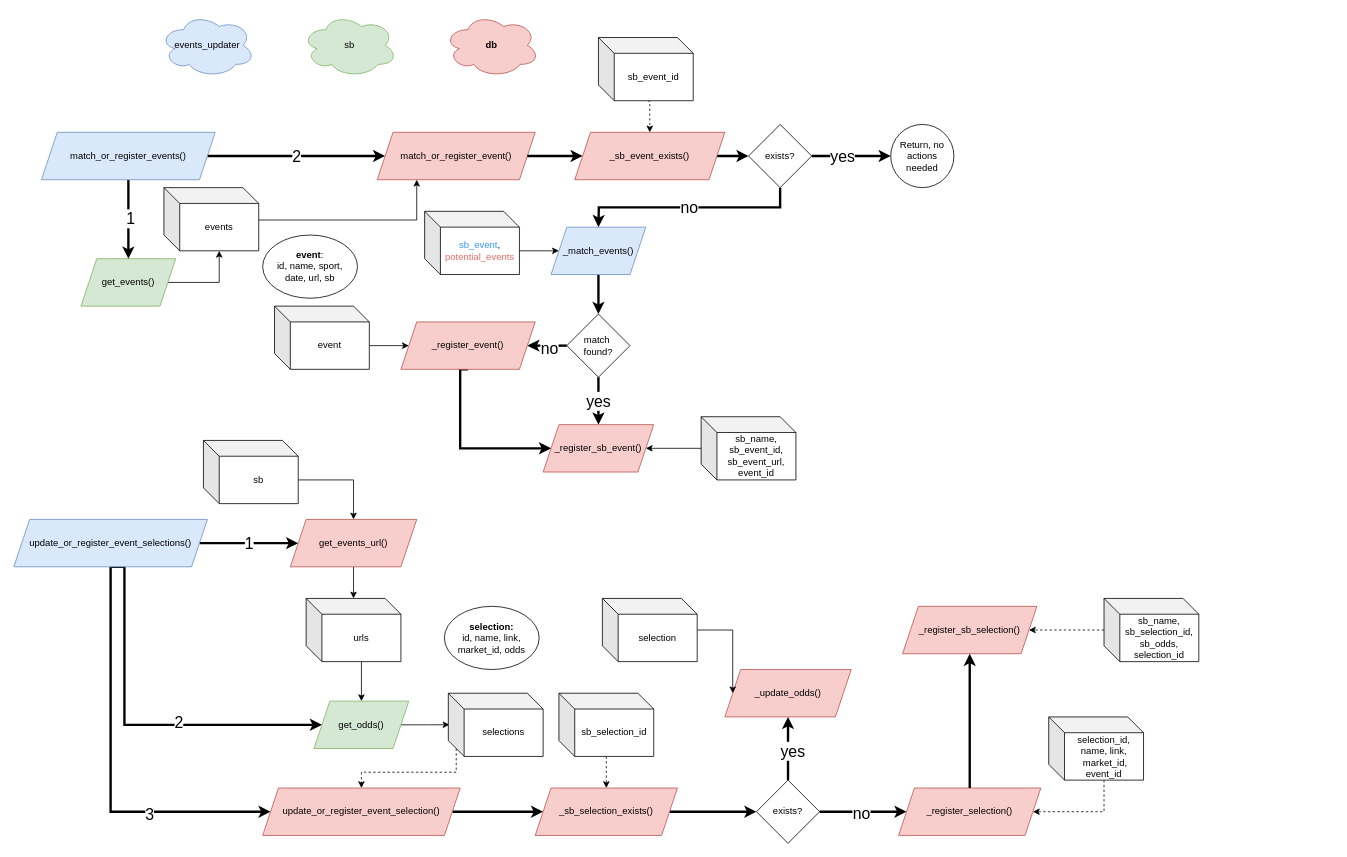
Before: page "process" (2 of 2) of db2/Untitled Diagram.drawio in loemra/live_odds_scraper, a draw.io diagram. Source tidied: cells renumbered, new cells numbered last; positions are measured from the earlier drawing's top-left corner, leaving out a move shared by most shapes. Both pictures are drawn from the tidied source at 79%, with x=0, y=0 at pixel (13, 13).
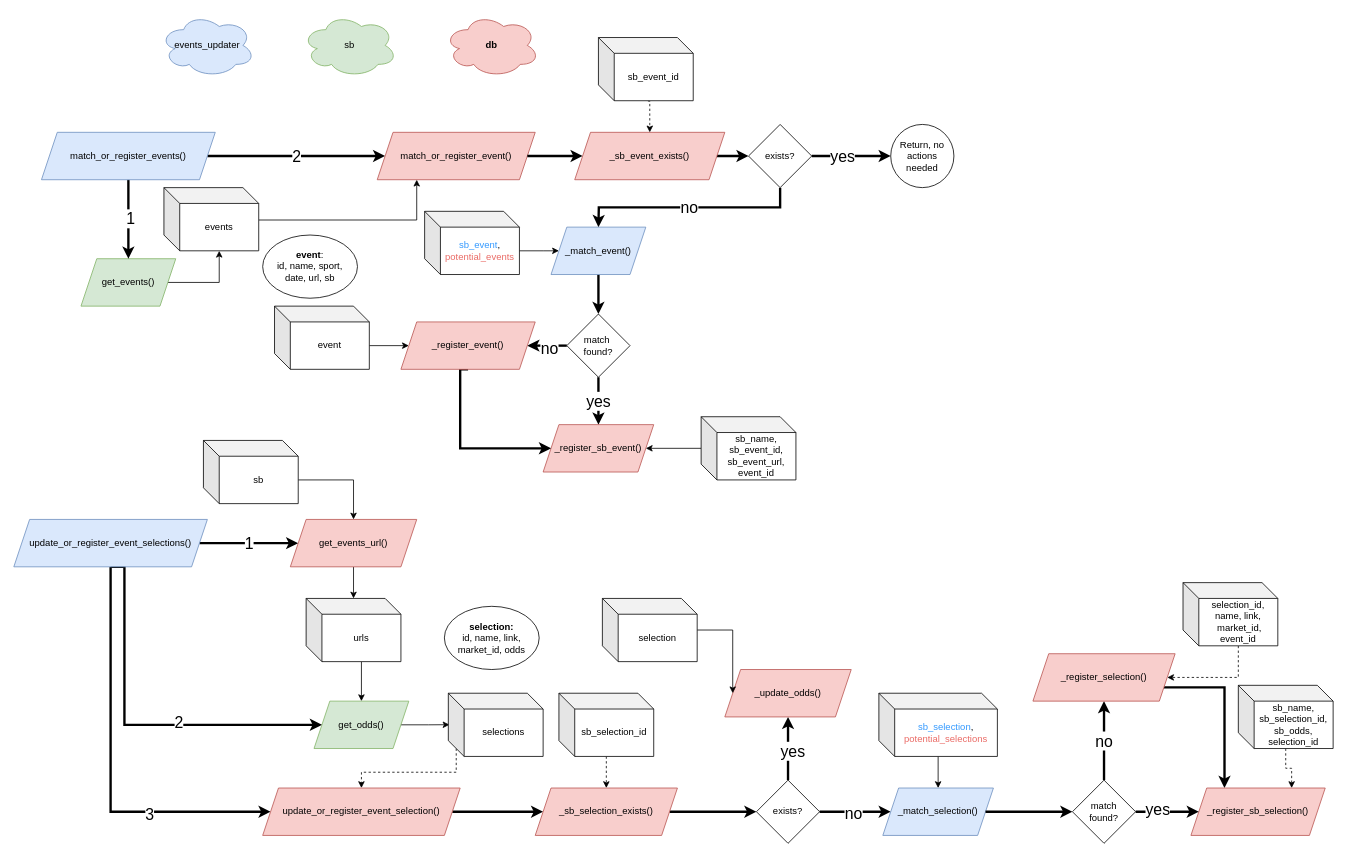
The same diagram, later.

The change refers to these unchanged cells:
```xml
<mxCell id="59" value="exists?" style="rhombus;whiteSpace=wrap;html=1;" parent="1" vertex="1">
  <mxGeometry x="940" y="970" width="80" height="80" as="geometry" />
</mxCell>
```

The edit, as a diff of the source:
```diff
@@
-    <mxCell id="22" value="_match_events()" style="shape=parallelogram;perimeter=parallelogramPerimeter;whiteSpace=wrap;html=1;fixedSize=1;fillColor=#dae8fc;strokeColor=#6c8ebf;" parent="1" vertex="1">
+    <mxCell id="22" value="_match_event()" style="shape=parallelogram;perimeter=parallelogramPerimeter;whiteSpace=wrap;html=1;fixedSize=1;fillColor=#dae8fc;strokeColor=#6c8ebf;" parent="1" vertex="1">
       <mxGeometry x="680" y="270" width="120" height="60" as="geometry" />
     </mxCell>
@@
-    <mxCell id="69" style="edgeStyle=orthogonalEdgeStyle;rounded=0;jettySize=auto;html=1;exitX=1;exitY=0.5;exitDx=0;exitDy=0;strokeWidth=3;" parent="1" edge="1" source="59" target="71">
+    <mxCell id="69" value="&lt;div style=&quot;font-size: 20px;&quot;&gt;&lt;font style=&quot;font-size: 20px;&quot;&gt;no&lt;/font&gt;&lt;/div&gt;" style="edgeStyle=orthogonalEdgeStyle;rounded=0;jettySize=auto;html=1;exitX=0.5;exitY=0;exitDx=0;exitDy=0;strokeWidth=3;" parent="1" edge="1" source="85" target="71">
       <mxGeometry relative="1" as="geometry" />
     </mxCell>
-    <mxCell id="70" value="&lt;font style=&quot;font-size: 20px;&quot;&gt;no&lt;/font&gt;" style="edgeLabel;html=1;align=center;verticalAlign=middle;" parent="69" vertex="1">
-      <mxGeometry x="-0.06" y="-1" relative="1" as="geometry" />
-    </mxCell>
+    <mxCell id="72" style="edgeStyle=orthogonalEdgeStyle;rounded=0;jettySize=auto;html=1;exitX=1;exitY=0.75;exitDx=0;exitDy=0;strokeWidth=3;entryX=0.25;entryY=0;entryDx=0;entryDy=0;" parent="1" edge="1" source="71" target="73">
+      <mxGeometry relative="1" as="geometry" />
+    </mxCell>
     <mxCell id="71" value="_register_selection()" style="shape=parallelogram;perimeter=parallelogramPerimeter;whiteSpace=wrap;html=1;fixedSize=1;fillColor=#f8cecc;strokeColor=#b85450;" parent="1" vertex="1">
-      <mxGeometry x="1120" y="980" width="180" height="60" as="geometry" />
+      <mxGeometry x="1290" y="810" width="180" height="60" as="geometry" />
     </mxCell>
-    <mxCell id="72" style="edgeStyle=orthogonalEdgeStyle;rounded=0;jettySize=auto;html=1;strokeWidth=3;" parent="1" edge="1" source="71" target="73">
-      <mxGeometry relative="1" as="geometry">
-        <Array as="points">
-          <mxPoint x="1210" y="860" />
-        </Array>
-      </mxGeometry>
-    </mxCell>
     <mxCell id="73" value="_register_sb_selection()" style="shape=parallelogram;perimeter=parallelogramPerimeter;whiteSpace=wrap;html=1;fixedSize=1;fillColor=#f8cecc;strokeColor=#b85450;" parent="1" vertex="1">
-      <mxGeometry x="1125" y="750" width="170" height="60" as="geometry" />
+      <mxGeometry x="1490" y="980" width="170" height="60" as="geometry" />
     </mxCell>
     <mxCell id="74" style="edgeStyle=orthogonalEdgeStyle;rounded=0;jettySize=auto;html=1;entryX=1;entryY=0.5;entryDx=0;entryDy=0;exitX=0;exitY=0;exitDx=70;exitDy=80;exitPerimeter=0;dashed=1;" parent="1" edge="1" source="75" target="71">
       <mxGeometry relative="1" as="geometry">
         <Array as="points">
-          <mxPoint x="1380" y="1010" />
+          <mxPoint x="1550" y="840" />
         </Array>
       </mxGeometry>
     </mxCell>
     <mxCell id="75" value="&lt;div&gt;selection_id,&lt;/div&gt;&lt;div&gt;name, link,&lt;br&gt;&lt;/div&gt;&lt;div&gt;&amp;nbsp;market_id,&lt;/div&gt;&lt;div&gt;event_id&lt;br&gt;&lt;/div&gt;" style="shape=cube;whiteSpace=wrap;html=1;boundedLbl=1;backgroundOutline=1;darkOpacity=0.05;darkOpacity2=0.1;" parent="1" vertex="1">
-      <mxGeometry x="1310" y="890" width="120" height="80" as="geometry" />
+      <mxGeometry x="1480" y="720" width="120" height="80" as="geometry" />
     </mxCell>
-    <mxCell id="76" style="edgeStyle=orthogonalEdgeStyle;rounded=0;jettySize=auto;html=1;entryX=1;entryY=0.5;entryDx=0;entryDy=0;dashed=1;" parent="1" edge="1" source="77" target="73">
+    <mxCell id="76" style="edgeStyle=orthogonalEdgeStyle;rounded=0;jettySize=auto;html=1;entryX=0.75;entryY=0;entryDx=0;entryDy=0;dashed=1;" parent="1" edge="1" source="77" target="73">
       <mxGeometry relative="1" as="geometry" />
     </mxCell>
     <mxCell id="77" value="&lt;div&gt;sb_name,&lt;/div&gt;&lt;div&gt;sb_selection_id,&lt;/div&gt;&lt;div&gt;sb_odds,&lt;/div&gt;&lt;div&gt;selection_id&lt;br&gt;&lt;/div&gt;" style="shape=cube;whiteSpace=wrap;html=1;boundedLbl=1;backgroundOutline=1;darkOpacity=0.05;darkOpacity2=0.1;" parent="1" vertex="1">
-      <mxGeometry x="1380" y="740" width="120" height="80" as="geometry" />
+      <mxGeometry x="1550" y="850" width="120" height="80" as="geometry" />
     </mxCell>
+    <mxCell id="78" style="edgeStyle=orthogonalEdgeStyle;rounded=0;jettySize=auto;html=1;exitX=1;exitY=0.5;exitDx=0;exitDy=0;strokeWidth=3;" parent="1" edge="1" source="59" target="79">
+      <mxGeometry relative="1" as="geometry" />
+    </mxCell>
+    <mxCell id="70" value="&lt;font style=&quot;font-size: 20px;&quot;&gt;no&lt;/font&gt;" style="edgeLabel;html=1;align=center;verticalAlign=middle;" parent="78" vertex="1">
+      <mxGeometry x="-0.06" y="-1" relative="1" as="geometry" />
+    </mxCell>
+    <mxCell id="79" value="_match_selection()" style="shape=parallelogram;perimeter=parallelogramPerimeter;whiteSpace=wrap;html=1;fixedSize=1;fillColor=#dae8fc;strokeColor=#6c8ebf;" parent="1" vertex="1">
+      <mxGeometry x="1100" y="980" width="140" height="60" as="geometry" />
+    </mxCell>
+    <mxCell id="80" style="edgeStyle=orthogonalEdgeStyle;rounded=0;jettySize=auto;html=1;" parent="1" edge="1" source="81" target="79">
+      <mxGeometry relative="1" as="geometry" />
+    </mxCell>
+    <mxCell id="81" value="&lt;font color=&quot;#3399ff&quot;&gt;sb_selection&lt;/font&gt;, &lt;font color=&quot;#ea6b66&quot;&gt;potential_selections&lt;/font&gt;" style="shape=cube;whiteSpace=wrap;html=1;boundedLbl=1;backgroundOutline=1;darkOpacity=0.05;darkOpacity2=0.1;" parent="1" vertex="1">
+      <mxGeometry x="1095" y="860" width="150" height="80" as="geometry" />
+    </mxCell>
+    <mxCell id="82" style="edgeStyle=orthogonalEdgeStyle;rounded=0;jettySize=auto;html=1;exitX=1;exitY=0.5;exitDx=0;exitDy=0;strokeWidth=3;" parent="1" edge="1" source="79" target="85">
+      <mxGeometry relative="1" as="geometry" />
+    </mxCell>
+    <mxCell id="83" style="edgeStyle=orthogonalEdgeStyle;rounded=0;jettySize=auto;html=1;exitX=1;exitY=0.5;exitDx=0;exitDy=0;strokeWidth=3;" parent="1" edge="1" source="85" target="73">
+      <mxGeometry relative="1" as="geometry" />
+    </mxCell>
+    <mxCell id="84" value="&lt;font style=&quot;font-size: 20px;&quot;&gt;yes&lt;/font&gt;" style="edgeLabel;html=1;align=center;verticalAlign=middle;" parent="83" vertex="1">
+      <mxGeometry x="-0.32" y="4" relative="1" as="geometry" />
+    </mxCell>
+    <mxCell id="85" value="&lt;div&gt;match&lt;/div&gt;&lt;div&gt;found?&lt;br&gt;&lt;/div&gt;" style="rhombus;whiteSpace=wrap;html=1;" parent="1" vertex="1">
+      <mxGeometry x="1340" y="970" width="80" height="80" as="geometry" />
+    </mxCell>
```
